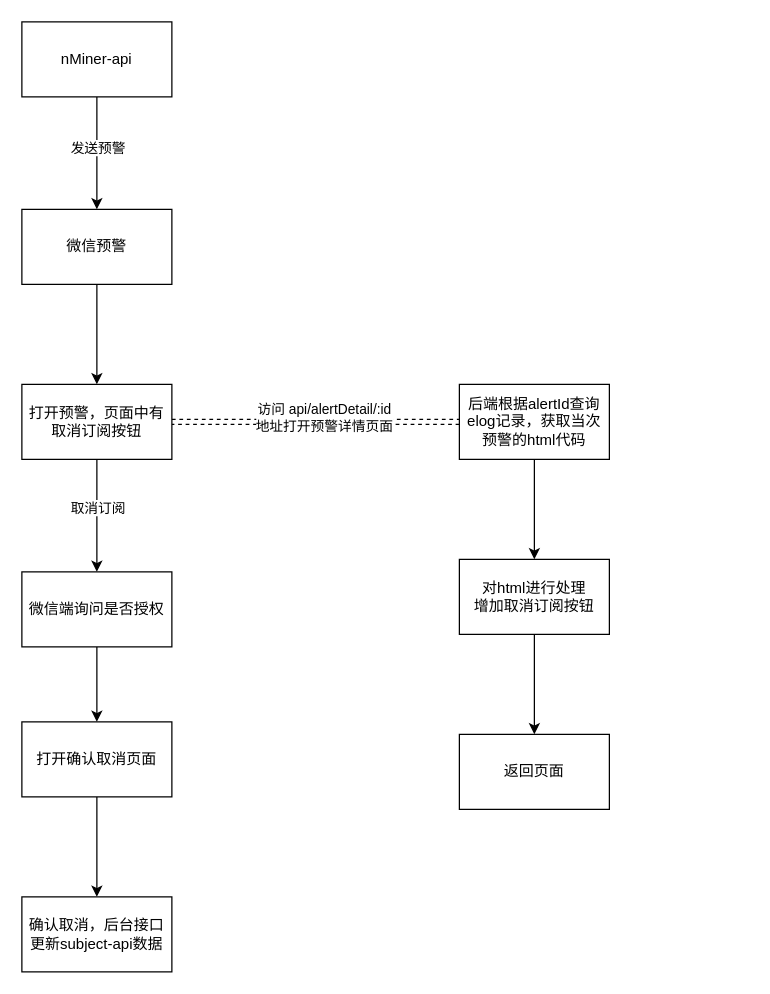
Above: draw/nMiner预警如何取消订阅.drawio in YaoKaiPeng/z-my-draw.io (draw.io), before the change. Source tidied: cells renumbered, new cells numbered last; positions are measured from the earlier drawing's top-left corner, leaving out a move shared by most shapes. Both pictures are drawn from the tidied source at 125%, with x=0, y=0 at pixel (21, 21).
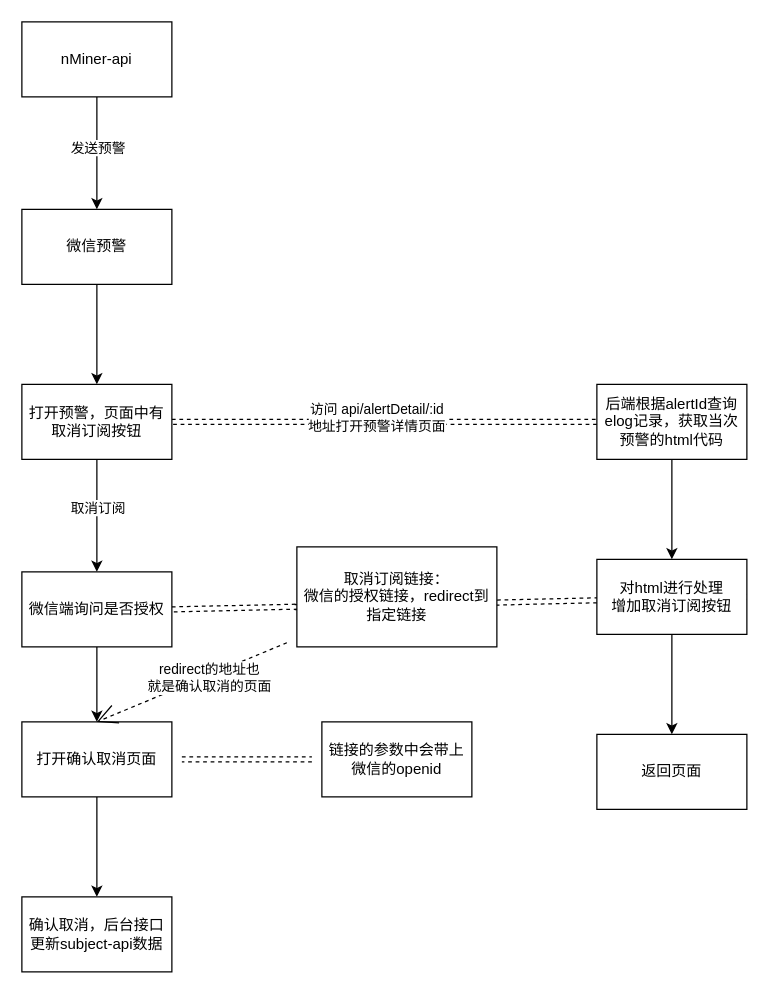
The same diagram, later.

Commit message (it also covers changes not shown here):
更新nMiner预警如何取消订阅.drawio

The change refers to these unchanged cells:
```xml
<mxCell id="13" value="打开确认取消页面" style="rounded=0;whiteSpace=wrap;html=1;" parent="1" vertex="1">
  <mxGeometry y="560" width="120" height="60" as="geometry" />
</mxCell>
<mxCell id="15" value="微信端询问是否授权" style="rounded=0;whiteSpace=wrap;html=1;" parent="1" vertex="1">
  <mxGeometry y="440" width="120" height="60" as="geometry" />
</mxCell>
```

Diff of the diagram source:
```diff
@@
+    <mxCell id="22" style="edgeStyle=none;curved=1;rounded=0;jettySize=auto;html=1;endArrow=open;sourcePerimeterSpacing=8;targetPerimeterSpacing=8;dashed=1;shape=link;" parent="1" edge="1" source="13" target="28">
+      <mxGeometry relative="1" as="geometry" />
+    </mxCell>
@@
+    <mxCell id="23" style="edgeStyle=none;curved=1;rounded=0;jettySize=auto;html=1;exitX=1;exitY=0.5;exitDx=0;exitDy=0;entryX=0.003;entryY=0.598;entryDx=0;entryDy=0;entryPerimeter=0;endArrow=open;sourcePerimeterSpacing=8;targetPerimeterSpacing=8;dashed=1;shape=link;" parent="1" edge="1" source="15" target="27">
+      <mxGeometry relative="1" as="geometry" />
+    </mxCell>
@@
     <mxCell id="18" value="后端根据alertId查询elog记录，获取当次预警的html代码" style="rounded=0;whiteSpace=wrap;html=1;" parent="1" vertex="1">
-      <mxGeometry x="350" y="290" width="120" height="60" as="geometry" />
+      <mxGeometry x="460" y="290" width="120" height="60" as="geometry" />
     </mxCell>
@@
+    <mxCell id="24" style="edgeStyle=none;curved=1;rounded=0;jettySize=auto;html=1;exitX=1;exitY=0.5;exitDx=0;exitDy=0;endArrow=open;sourcePerimeterSpacing=8;targetPerimeterSpacing=8;shape=link;dashed=1;entryX=-0.011;entryY=0.603;entryDx=0;entryDy=0;entryPerimeter=0;" parent="1" edge="1" source="20" target="27">
+      <mxGeometry relative="1" as="geometry" />
+    </mxCell>
     <mxCell id="20" value="对html进行处理&lt;br&gt;增加取消订阅按钮" style="rounded=0;whiteSpace=wrap;html=1;" parent="1" vertex="1">
-      <mxGeometry x="350" y="430" width="120" height="60" as="geometry" />
+      <mxGeometry x="460" y="430" width="120" height="60" as="geometry" />
     </mxCell>
     <mxCell id="21" value="返回页面" style="rounded=0;whiteSpace=wrap;html=1;" parent="1" vertex="1">
-      <mxGeometry x="350" y="570" width="120" height="60" as="geometry" />
+      <mxGeometry x="460" y="570" width="120" height="60" as="geometry" />
     </mxCell>
+    <mxCell id="25" style="edgeStyle=none;curved=1;rounded=0;jettySize=auto;html=1;entryX=0.5;entryY=0;entryDx=0;entryDy=0;endArrow=open;startSize=14;endSize=14;sourcePerimeterSpacing=8;targetPerimeterSpacing=8;dashed=1;" parent="1" edge="1" source="27" target="13">
+      <mxGeometry relative="1" as="geometry" />
+    </mxCell>
+    <mxCell id="26" value="redirect的地址也&lt;br&gt;就是确认取消的页面" style="edgeLabel;html=1;align=center;verticalAlign=middle;" parent="25" vertex="1">
+      <mxGeometry x="-0.2" y="4" relative="1" as="geometry">
+        <mxPoint x="-3" y="-1" as="offset" />
+      </mxGeometry>
+    </mxCell>
+    <mxCell id="27" value="取消订阅链接：&lt;br&gt;微信的授权链接，redirect到指定链接" style="rounded=0;whiteSpace=wrap;html=1;" parent="1" vertex="1">
+      <mxGeometry x="220" y="420" width="160" height="80" as="geometry" />
+    </mxCell>
+    <mxCell id="28" value="链接的参数中会带上微信的openid" style="rounded=0;whiteSpace=wrap;html=1;" parent="1" vertex="1">
+      <mxGeometry x="240" y="560" width="120" height="60" as="geometry" />
+    </mxCell>
```
